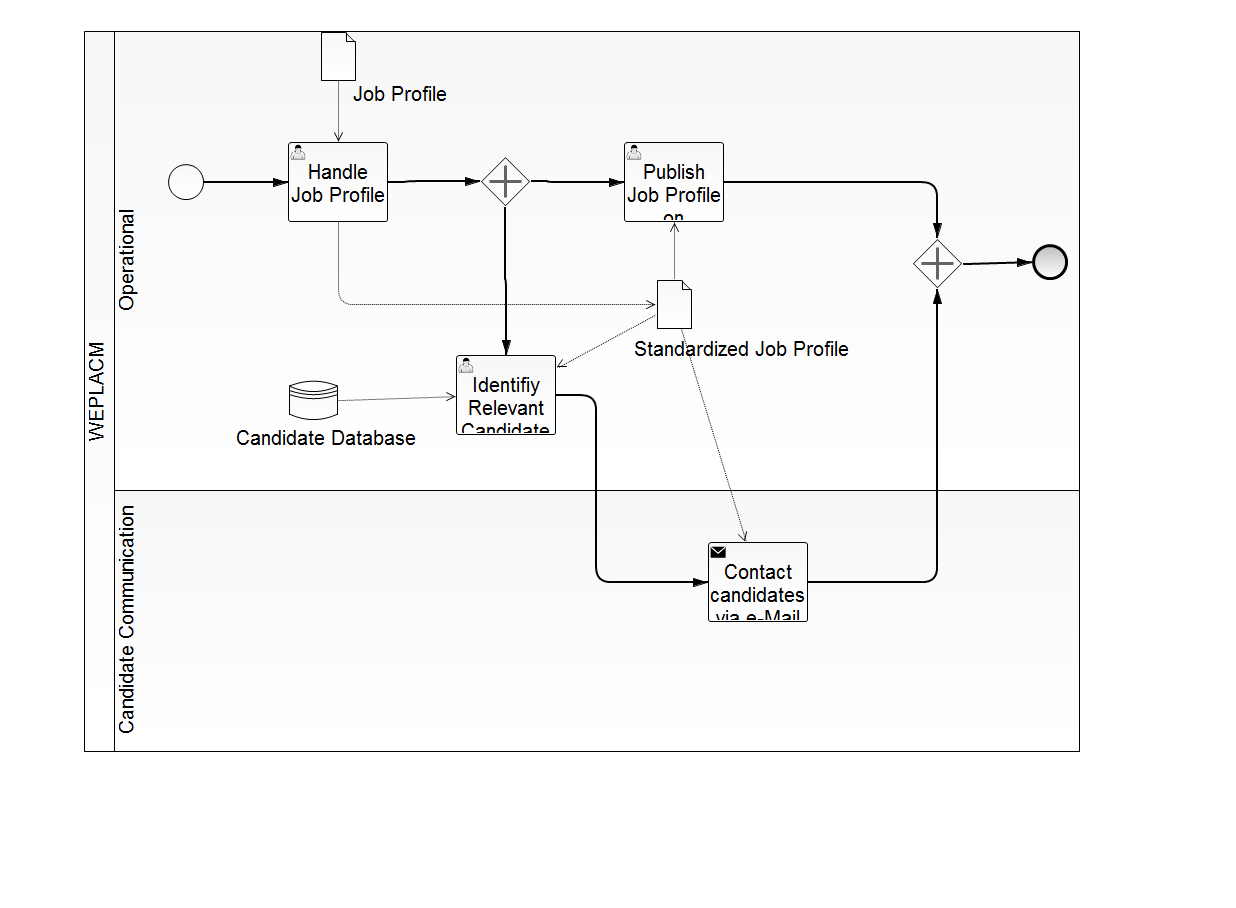
SandraLe/WEPLACM keeps this BPMN diagram as src/main/resources/search_candidate.png. Above is the earlier version. Its source is kept beside it as src/main/resources/search_candidate.bpmn. Ids are renumbered.
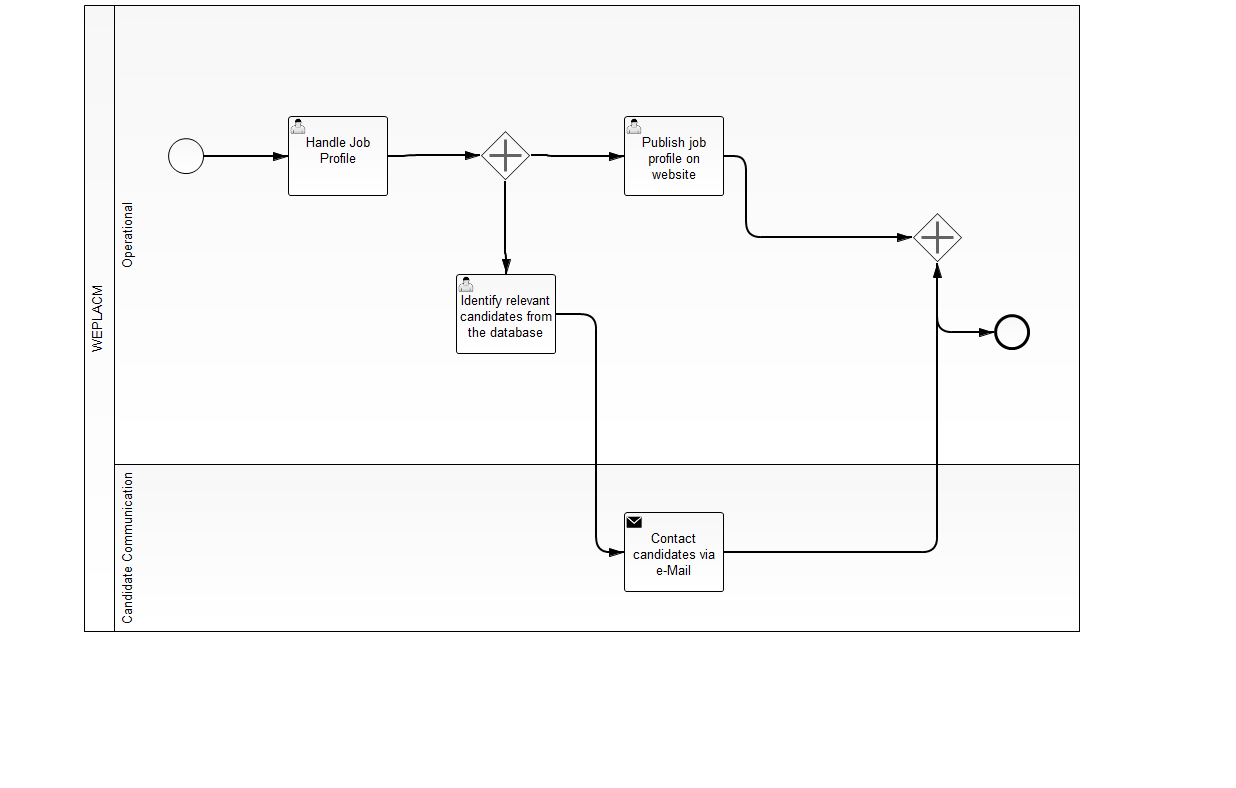
After the commit.

The edit, as a diff of the source:
```diff
@@ -1,97 +1,75 @@
-<bpmn2:definitions xmlns:xsi="http://www.w3.org/2001/XMLSchema-instance" xmlns:bpmn2="http://www.omg.org/spec/BPMN/20100524/MODEL" xmlns:bpmndi="http://www.omg.org/spec/BPMN/20100524/DI" xmlns:dc="http://www.omg.org/spec/DD/20100524/DC" xmlns:di="http://www.omg.org/spec/DD/20100524/DI" xsi:schemaLocation="http://www.omg.org/spec/BPMN/20100524/MODEL BPMN20.xsd" id="_nEj-wAk-EeWftNyabiApZA" exporter="camunda modeler" exporterVersion="2.7.0" targetNamespace="http://activiti.org/bpmn">
+<bpmn2:definitions xmlns:xsi="http://www.w3.org/2001/XMLSchema-instance" xmlns:bpmn2="http://www.omg.org/spec/BPMN/20100524/MODEL" xmlns:bpmndi="http://www.omg.org/spec/BPMN/20100524/DI" xmlns:camunda="http://activiti.org/bpmn" xmlns:dc="http://www.omg.org/spec/DD/20100524/DC" xmlns:di="http://www.omg.org/spec/DD/20100524/DI" xsi:schemaLocation="http://www.omg.org/spec/BPMN/20100524/MODEL BPMN20.xsd" id="_nEj-wAk-EeWftNyabiApZA" exporter="camunda modeler" exporterVersion="2.7.0" targetNamespace="http://activiti.org/bpmn">
   <bpmn2:collaboration id="_Collaboration_4">
     <bpmn2:participant id="WEPLACM" name="WEPLACM" processRef="search_candidate"/>
   </bpmn2:collaboration>
   <bpmn2:process id="search_candidate" isExecutable="true">
-    <bpmn2:ioSpecification id="InputOutputSpecification_1"/>
     <bpmn2:laneSet id="LaneSet_1" name="Lane Set 1">
-      <bpmn2:lane id="Operations" name="Operations">
-        <bpmn2:flowNodeRef>HandleJobProfile</bpmn2:flowNodeRef>
-        <bpmn2:flowNodeRef>StartEvent_SearchCandidates</bpmn2:flowNodeRef>
-        <bpmn2:flowNodeRef>PublishJobProfileOnWebsite</bpmn2:flowNodeRef>
+      <bpmn2:lane id="Lane_1" name="Operational">
+        <bpmn2:flowNodeRef>EndEvent_3</bpmn2:flowNodeRef>
+        <bpmn2:flowNodeRef>Task_1</bpmn2:flowNodeRef>
+        <bpmn2:flowNodeRef>StartEvent_1</bpmn2:flowNodeRef>
+        <bpmn2:flowNodeRef>Task_3</bpmn2:flowNodeRef>
         <bpmn2:flowNodeRef>ParallelGateway_1</bpmn2:flowNodeRef>
+        <bpmn2:flowNodeRef>Task_2</bpmn2:flowNodeRef>
         <bpmn2:flowNodeRef>ParallelGateway_2</bpmn2:flowNodeRef>
-        <bpmn2:flowNodeRef>IdentifyRelevantCandidates</bpmn2:flowNodeRef>
-        <bpmn2:flowNodeRef>EndEvent_SearchCandidates</bpmn2:flowNodeRef>
       </bpmn2:lane>
-      <bpmn2:lane id="CandidateCommunication" name="Candidate Communication">
-        <bpmn2:flowNodeRef>ContactCandidatesViaEMail</bpmn2:flowNodeRef>
+      <bpmn2:lane id="Lane_5" name="Candidate Communication">
+        <bpmn2:flowNodeRef>Task_4</bpmn2:flowNodeRef>
       </bpmn2:lane>
     </bpmn2:laneSet>
-    <bpmn2:dataStoreReference id="CandidateDatabase" name="Candidate Database" dataStoreRef="DataStore_1"/>
     <bpmn2:dataObject id="DataObject_1" name="Data Object 1"/>
     <bpmn2:dataObject id="DataObject_2" name="Data Object 2"/>
-    <bpmn2:userTask id="HandleJobProfile" name="Handle Job Profile">
+    <bpmn2:endEvent id="EndEvent_3">
+      <bpmn2:incoming>SequenceFlow_17</bpmn2:incoming>
+    </bpmn2:endEvent>
+    <bpmn2:userTask id="Task_1" name="Handle Job Profile">
       <bpmn2:incoming>SequenceFlow_1</bpmn2:incoming>
       <bpmn2:outgoing>SequenceFlow_10</bpmn2:outgoing>
-      <bpmn2:dataInputAssociation id="DataInputAssociation_3">
-        <bpmn2:sourceRef>JobProfile</bpmn2:sourceRef>
-      </bpmn2:dataInputAssociation>
-      <bpmn2:dataOutputAssociation id="DataOutputAssociation_1">
-        <bpmn2:targetRef>StandardizedJobProfile</bpmn2:targetRef>
-      </bpmn2:dataOutputAssociation>
     </bpmn2:userTask>
-    <bpmn2:sequenceFlow id="SequenceFlow_10" name="" sourceRef="HandleJobProfile" targetRef="ParallelGateway_1"/>
-    <bpmn2:startEvent id="StartEvent_SearchCandidates">
+    <bpmn2:sequenceFlow id="SequenceFlow_10" name="" sourceRef="Task_1" targetRef="ParallelGateway_1"/>
+    <bpmn2:startEvent id="StartEvent_1">
       <bpmn2:outgoing>SequenceFlow_1</bpmn2:outgoing>
     </bpmn2:startEvent>
-    <bpmn2:sequenceFlow id="SequenceFlow_1" name="" sourceRef="StartEvent_SearchCandidates" targetRef="HandleJobProfile"/>
-    <bpmn2:userTask id="PublishJobProfileOnWebsite" name="Publish Job Profile on Website">
+    <bpmn2:sequenceFlow id="SequenceFlow_1" name="" sourceRef="StartEvent_1" targetRef="Task_1"/>
+    <bpmn2:userTask id="Task_3" name="Publish job profile on website">
       <bpmn2:incoming>SequenceFlow_8</bpmn2:incoming>
       <bpmn2:outgoing>SequenceFlow_14</bpmn2:outgoing>
-      <bpmn2:dataInputAssociation id="DataInputAssociation_6">
-        <bpmn2:sourceRef>StandardizedJobProfile</bpmn2:sourceRef>
-      </bpmn2:dataInputAssociation>
     </bpmn2:userTask>
-    <bpmn2:sequenceFlow id="SequenceFlow_14" name="" sourceRef="PublishJobProfileOnWebsite" targetRef="ParallelGateway_2"/>
+    <bpmn2:sequenceFlow id="SequenceFlow_14" name="" sourceRef="Task_3" targetRef="ParallelGateway_2"/>
     <bpmn2:parallelGateway id="ParallelGateway_1">
       <bpmn2:incoming>SequenceFlow_10</bpmn2:incoming>
       <bpmn2:outgoing>SequenceFlow_8</bpmn2:outgoing>
       <bpmn2:outgoing>SequenceFlow_9</bpmn2:outgoing>
     </bpmn2:parallelGateway>
-    <bpmn2:sequenceFlow id="SequenceFlow_8" name="" sourceRef="ParallelGateway_1" targetRef="PublishJobProfileOnWebsite"/>
-    <bpmn2:sequenceFlow id="SequenceFlow_9" name="" sourceRef="ParallelGateway_1" targetRef="IdentifyRelevantCandidates"/>
+    <bpmn2:sequenceFlow id="SequenceFlow_8" name="" sourceRef="ParallelGateway_1" targetRef="Task_3"/>
+    <bpmn2:sequenceFlow id="SequenceFlow_9" name="" sourceRef="ParallelGateway_1" targetRef="Task_2"/>
+    <bpmn2:userTask id="Task_2" name="Identify relevant candidates from the database">
+      <bpmn2:incoming>SequenceFlow_9</bpmn2:incoming>
+      <bpmn2:outgoing>SequenceFlow_11</bpmn2:outgoing>
+    </bpmn2:userTask>
+    <bpmn2:sequenceFlow id="SequenceFlow_11" name="" sourceRef="Task_2" targetRef="Task_4"/>
     <bpmn2:parallelGateway id="ParallelGateway_2">
       <bpmn2:incoming>SequenceFlow_14</bpmn2:incoming>
       <bpmn2:incoming>SequenceFlow_12</bpmn2:incoming>
       <bpmn2:outgoing>SequenceFlow_17</bpmn2:outgoing>
     </bpmn2:parallelGateway>
-    <bpmn2:sequenceFlow id="SequenceFlow_17" name="" sourceRef="ParallelGateway_2" targetRef="EndEvent_SearchCandidates"/>
-    <bpmn2:userTask id="IdentifyRelevantCandidates" name="Identifiy Relevant Candidates">
-      <bpmn2:incoming>SequenceFlow_9</bpmn2:incoming>
-      <bpmn2:outgoing>SequenceFlow_11</bpmn2:outgoing>
-      <bpmn2:dataInputAssociation id="DataInputAssociation_1">
-        <bpmn2:sourceRef>CandidateDatabase</bpmn2:sourceRef>
-      </bpmn2:dataInputAssociation>
-      <bpmn2:dataInputAssociation id="DataInputAssociation_5">
-        <bpmn2:sourceRef>StandardizedJobProfile</bpmn2:sourceRef>
-      </bpmn2:dataInputAssociation>
-    </bpmn2:userTask>
-    <bpmn2:sequenceFlow id="SequenceFlow_11" name="" sourceRef="IdentifyRelevantCandidates" targetRef="ContactCandidatesViaEMail"/>
-    <bpmn2:sendTask id="ContactCandidatesViaEMail" name="Contact candidates via e-Mail">
+    <bpmn2:sequenceFlow id="SequenceFlow_17" name="" sourceRef="ParallelGateway_2" targetRef="EndEvent_3"/>
+    <bpmn2:sendTask id="Task_4" camunda:expression="{$Search_candidate.contact_candidates()}" name="Contact candidates via e-Mail">
       <bpmn2:incoming>SequenceFlow_11</bpmn2:incoming>
       <bpmn2:outgoing>SequenceFlow_12</bpmn2:outgoing>
-      <bpmn2:dataInputAssociation id="DataInputAssociation_4">
-        <bpmn2:sourceRef>StandardizedJobProfile</bpmn2:sourceRef>
-      </bpmn2:dataInputAssociation>
     </bpmn2:sendTask>
-    <bpmn2:sequenceFlow id="SequenceFlow_12" name="" sourceRef="ContactCandidatesViaEMail" targetRef="ParallelGateway_2"/>
-    <bpmn2:endEvent id="EndEvent_SearchCandidates">
-      <bpmn2:incoming>SequenceFlow_17</bpmn2:incoming>
-    </bpmn2:endEvent>
-    <bpmn2:dataObjectReference id="JobProfile" name="Job Profile" dataObjectRef="DataObject_1"/>
-    <bpmn2:dataObjectReference id="StandardizedJobProfile" name="Standardized Job Profile" dataObjectRef="DataObject_2"/>
+    <bpmn2:sequenceFlow id="SequenceFlow_12" name="" sourceRef="Task_4" targetRef="ParallelGateway_2"/>
   </bpmn2:process>
   <bpmn2:dataStore id="DataStore_1" name="Data Store 1"/>
   <bpmndi:BPMNDiagram id="BPMNDiagram_1">
     <bpmndi:BPMNPlane id="BPMNPlane_1" bpmnElement="_Collaboration_4">
-      <bpmndi:BPMNShape id="_BPMNShape_StartEvent_6" bpmnElement="StartEvent_SearchCandidates">
+      <bpmndi:BPMNShape id="_BPMNShape_StartEvent_6" bpmnElement="StartEvent_1">
         <dc:Bounds height="36.0" width="36.0" x="168.0" y="133.0"/>
         <bpmndi:BPMNLabel>
           <dc:Bounds height="0.0" width="0.0" x="186.0" y="555.0"/>
         </bpmndi:BPMNLabel>
       </bpmndi:BPMNShape>
-      <bpmndi:BPMNShape id="_BPMNShape_Task_2" bpmnElement="HandleJobProfile">
+      <bpmndi:BPMNShape id="_BPMNShape_Task_2" bpmnElement="Task_1">
         <dc:Bounds height="80.0" width="100.0" x="288.0" y="111.0"/>
       </bpmndi:BPMNShape>
       <bpmndi:BPMNEdge id="BPMNEdge_SequenceFlow_1" bpmnElement="SequenceFlow_1" sourceElement="_BPMNShape_StartEvent_6" targetElement="_BPMNShape_Task_2">
@@ -101,14 +79,14 @@
           <dc:Bounds height="6.0" width="6.0" x="254.0" y="555.0"/>
         </bpmndi:BPMNLabel>
       </bpmndi:BPMNEdge>
-      <bpmndi:BPMNShape id="_BPMNShape_Task_3" bpmnElement="IdentifyRelevantCandidates">
-        <dc:Bounds height="80.0" width="100.0" x="456.0" y="324.0"/>
+      <bpmndi:BPMNShape id="_BPMNShape_Task_3" bpmnElement="Task_2">
+        <dc:Bounds height="80.0" width="100.0" x="456.0" y="269.0"/>
       </bpmndi:BPMNShape>
-      <bpmndi:BPMNShape id="_BPMNShape_Task_4" bpmnElement="PublishJobProfileOnWebsite">
+      <bpmndi:BPMNShape id="_BPMNShape_Task_4" bpmnElement="Task_3">
         <dc:Bounds height="80.0" width="100.0" x="624.0" y="111.0"/>
       </bpmndi:BPMNShape>
-      <bpmndi:BPMNShape id="_BPMNShape_Task_5" bpmnElement="ContactCandidatesViaEMail">
-        <dc:Bounds height="80.0" width="100.0" x="708.0" y="511.0"/>
+      <bpmndi:BPMNShape id="_BPMNShape_Task_5" bpmnElement="Task_4">
+        <dc:Bounds height="80.0" width="100.0" x="624.0" y="507.0"/>
       </bpmndi:BPMNShape>
       <bpmndi:BPMNShape id="_BPMNShape_ParallelGateway_2" bpmnElement="ParallelGateway_1">
         <dc:Bounds height="50.0" width="50.0" x="480.0" y="125.0"/>
@@ -129,7 +107,7 @@
         <di:waypoint xsi:type="dc:Point" x="505.0" y="175.0"/>
         <di:waypoint xsi:type="dc:Point" x="505.0" y="248.0"/>
         <di:waypoint xsi:type="dc:Point" x="506.0" y="248.0"/>
-        <di:waypoint xsi:type="dc:Point" x="506.0" y="324.0"/>
+        <di:waypoint xsi:type="dc:Point" x="506.0" y="269.0"/>
         <bpmndi:BPMNLabel>
           <dc:Bounds height="6.0" width="6.0" x="502.0" y="555.0"/>
         </bpmndi:BPMNLabel>
@@ -144,12 +122,12 @@
         </bpmndi:BPMNLabel>
       </bpmndi:BPMNEdge>
       <bpmndi:BPMNEdge id="BPMNEdge_SequenceFlow_11" bpmnElement="SequenceFlow_11" sourceElement="_BPMNShape_Task_3" targetElement="_BPMNShape_Task_5">
-        <di:waypoint xsi:type="dc:Point" x="556.0" y="364.0"/>
-        <di:waypoint xsi:type="dc:Point" x="596.0" y="364.0"/>
-        <di:waypoint xsi:type="dc:Point" x="596.0" y="551.0"/>
-        <di:waypoint xsi:type="dc:Point" x="708.0" y="551.0"/>
+        <di:waypoint xsi:type="dc:Point" x="556.0" y="309.0"/>
+        <di:waypoint xsi:type="dc:Point" x="596.0" y="309.0"/>
+        <di:waypoint xsi:type="dc:Point" x="596.0" y="547.0"/>
+        <di:waypoint xsi:type="dc:Point" x="624.0" y="547.0"/>
         <bpmndi:BPMNLabel>
-          <dc:Bounds height="6.0" width="6.0" x="593.0" y="450.0"/>
+          <dc:Bounds height="6.0" width="6.0" x="601.0" y="555.0"/>
         </bpmndi:BPMNLabel>
       </bpmndi:BPMNEdge>
       <bpmndi:BPMNShape id="_BPMNShape_ParallelGateway_3" bpmnElement="ParallelGateway_2">
@@ -159,86 +137,44 @@
         </bpmndi:BPMNLabel>
       </bpmndi:BPMNShape>
       <bpmndi:BPMNEdge id="BPMNEdge_SequenceFlow_12" bpmnElement="SequenceFlow_12" sourceElement="_BPMNShape_Task_5" targetElement="_BPMNShape_ParallelGateway_3">
-        <di:waypoint xsi:type="dc:Point" x="808.0" y="551.0"/>
-        <di:waypoint xsi:type="dc:Point" x="937.0" y="551.0"/>
+        <di:waypoint xsi:type="dc:Point" x="724.0" y="547.0"/>
+        <di:waypoint xsi:type="dc:Point" x="937.0" y="547.0"/>
         <di:waypoint xsi:type="dc:Point" x="937.0" y="257.0"/>
         <bpmndi:BPMNLabel>
-          <dc:Bounds height="6.0" width="6.0" x="861.0" y="664.0"/>
+          <dc:Bounds height="6.0" width="6.0" x="777.0" y="660.0"/>
         </bpmndi:BPMNLabel>
       </bpmndi:BPMNEdge>
       <bpmndi:BPMNEdge id="BPMNEdge_SequenceFlow_14" bpmnElement="SequenceFlow_14" sourceElement="_BPMNShape_Task_4" targetElement="_BPMNShape_ParallelGateway_3">
         <di:waypoint xsi:type="dc:Point" x="724.0" y="151.0"/>
         <di:waypoint xsi:type="dc:Point" x="746.0" y="151.0"/>
-        <di:waypoint xsi:type="dc:Point" x="937.0" y="151.0"/>
-        <di:waypoint xsi:type="dc:Point" x="937.0" y="207.0"/>
+        <di:waypoint xsi:type="dc:Point" x="746.0" y="232.0"/>
+        <di:waypoint xsi:type="dc:Point" x="912.0" y="232.0"/>
         <bpmndi:BPMNLabel>
-          <dc:Bounds height="6.0" width="6.0" x="856.0" y="474.0"/>
+          <dc:Bounds height="6.0" width="6.0" x="775.0" y="555.0"/>
         </bpmndi:BPMNLabel>
       </bpmndi:BPMNEdge>
-      <bpmndi:BPMNShape id="_BPMNShape_EndEvent_7" bpmnElement="EndEvent_SearchCandidates">
-        <dc:Bounds height="36.0" width="36.0" x="1032.0" y="213.0"/>
+      <bpmndi:BPMNShape id="_BPMNShape_EndEvent_7" bpmnElement="EndEvent_3">
+        <dc:Bounds height="36.0" width="36.0" x="994.0" y="309.0"/>
         <bpmndi:BPMNLabel>
-          <dc:Bounds height="0.0" width="0.0" x="1050.0" y="459.0"/>
+          <dc:Bounds height="0.0" width="0.0" x="1012.0" y="555.0"/>
         </bpmndi:BPMNLabel>
       </bpmndi:BPMNShape>
       <bpmndi:BPMNEdge id="BPMNEdge_SequenceFlow_17" bpmnElement="SequenceFlow_17" sourceElement="_BPMNShape_ParallelGateway_3" targetElement="_BPMNShape_EndEvent_7">
-        <di:waypoint xsi:type="dc:Point" x="962.0" y="232.0"/>
-        <di:waypoint xsi:type="dc:Point" x="1032.0" y="231.0"/>
+        <di:waypoint xsi:type="dc:Point" x="937.0" y="257.0"/>
+        <di:waypoint xsi:type="dc:Point" x="937.0" y="327.0"/>
+        <di:waypoint xsi:type="dc:Point" x="994.0" y="327.0"/>
         <bpmndi:BPMNLabel>
-          <dc:Bounds height="6.0" width="6.0" x="982.0" y="232.0"/>
+          <dc:Bounds height="6.0" width="6.0" x="932.0" y="555.0"/>
         </bpmndi:BPMNLabel>
       </bpmndi:BPMNEdge>
-      <bpmndi:BPMNShape id="_BPMNShape_DataStoreReference_2" bpmnElement="CandidateDatabase">
-        <dc:Bounds height="50.0" width="50.0" x="288.0" y="344.0"/>
-        <bpmndi:BPMNLabel>
-          <dc:Bounds height="29.0" width="186.0" x="234.0" y="393.0"/>
-        </bpmndi:BPMNLabel>
+      <bpmndi:BPMNShape id="_BPMNShape_Participant_6" bpmnElement="WEPLACM" isHorizontal="true">
+        <dc:Bounds height="627.0" width="996.0" x="84.0" y="0.0"/>
       </bpmndi:BPMNShape>
-      <bpmndi:BPMNEdge id="BPMNEdge_DataInputAssociation_1" bpmnElement="DataInputAssociation_1" sourceElement="_BPMNShape_DataStoreReference_2" targetElement="_BPMNShape_Task_3">
-        <di:waypoint xsi:type="dc:Point" x="338.0" y="368.0"/>
-        <di:waypoint xsi:type="dc:Point" x="456.0" y="365.0"/>
-      </bpmndi:BPMNEdge>
-      <bpmndi:BPMNShape id="_BPMNShape_DataObjectReference_7" bpmnElement="JobProfile">
-        <dc:Bounds height="50.0" width="36.0" x="320.0" y="0.0"/>
-        <bpmndi:BPMNLabel>
-          <dc:Bounds height="29.0" width="100.0" x="351.0" y="49.0"/>
-        </bpmndi:BPMNLabel>
-      </bpmndi:BPMNShape>
-      <bpmndi:BPMNEdge id="BPMNEdge_DataInputAssociation_3" bpmnElement="DataInputAssociation_3" sourceElement="_BPMNShape_DataObjectReference_7" targetElement="_BPMNShape_Task_2">
-        <di:waypoint xsi:type="dc:Point" x="338.0" y="50.0"/>
-        <di:waypoint xsi:type="dc:Point" x="338.0" y="111.0"/>
-      </bpmndi:BPMNEdge>
-      <bpmndi:BPMNShape id="_BPMNShape_DataObjectReference_8" bpmnElement="StandardizedJobProfile">
-        <dc:Bounds height="50.0" width="36.0" x="656.0" y="248.0"/>
-        <bpmndi:BPMNLabel>
-          <dc:Bounds height="29.0" width="221.0" x="632.0" y="304.0"/>
-        </bpmndi:BPMNLabel>
-      </bpmndi:BPMNShape>
-      <bpmndi:BPMNEdge id="BPMNEdge_DataInputAssociation_4" bpmnElement="DataInputAssociation_4" sourceElement="_BPMNShape_DataObjectReference_8" targetElement="_BPMNShape_Task_5">
-        <di:waypoint xsi:type="dc:Point" x="682.0" y="298.0"/>
-        <di:waypoint xsi:type="dc:Point" x="746.0" y="511.0"/>
-      </bpmndi:BPMNEdge>
-      <bpmndi:BPMNEdge id="BPMNEdge_DataInputAssociation_5" bpmnElement="DataInputAssociation_5" sourceElement="_BPMNShape_DataObjectReference_8" targetElement="_BPMNShape_Task_3">
-        <di:waypoint xsi:type="dc:Point" x="656.0" y="283.0"/>
-        <di:waypoint xsi:type="dc:Point" x="556.0" y="337.0"/>
-      </bpmndi:BPMNEdge>
-      <bpmndi:BPMNEdge id="BPMNEdge_DataInputAssociation_6" bpmnElement="DataInputAssociation_6" sourceElement="_BPMNShape_DataObjectReference_8" targetElement="_BPMNShape_Task_4">
-        <di:waypoint xsi:type="dc:Point" x="674.0" y="248.0"/>
-        <di:waypoint xsi:type="dc:Point" x="674.0" y="191.0"/>
-      </bpmndi:BPMNEdge>
-      <bpmndi:BPMNEdge id="BPMNEdge_DataOutputAssociation_1" bpmnElement="DataOutputAssociation_1" sourceElement="_BPMNShape_Task_2" targetElement="_BPMNShape_DataObjectReference_8">
-        <di:waypoint xsi:type="dc:Point" x="338.0" y="191.0"/>
-        <di:waypoint xsi:type="dc:Point" x="338.0" y="273.0"/>
-        <di:waypoint xsi:type="dc:Point" x="656.0" y="273.0"/>
-      </bpmndi:BPMNEdge>
-      <bpmndi:BPMNShape id="_BPMNShape_Participant_6" bpmnElement="WEPLACM" isHorizontal="true">
-        <dc:Bounds height="721.0" width="996.0" x="84.0" y="0.0"/>
-      </bpmndi:BPMNShape>
-      <bpmndi:BPMNShape id="_BPMNShape_Lane_2" bpmnElement="Operations" isHorizontal="true">
+      <bpmndi:BPMNShape id="_BPMNShape_Lane_2" bpmnElement="Lane_1" isHorizontal="true">
         <dc:Bounds height="460.0" width="966.0" x="114.0" y="0.0"/>
       </bpmndi:BPMNShape>
-      <bpmndi:BPMNShape id="_BPMNShape_Lane_6" bpmnElement="CandidateCommunication" isHorizontal="true">
-        <dc:Bounds height="262.0" width="966.0" x="114.0" y="459.0"/>
+      <bpmndi:BPMNShape id="_BPMNShape_Lane_6" bpmnElement="Lane_5" isHorizontal="true">
+        <dc:Bounds height="168.0" width="966.0" x="114.0" y="459.0"/>
       </bpmndi:BPMNShape>
     </bpmndi:BPMNPlane>
   </bpmndi:BPMNDiagram>
```
